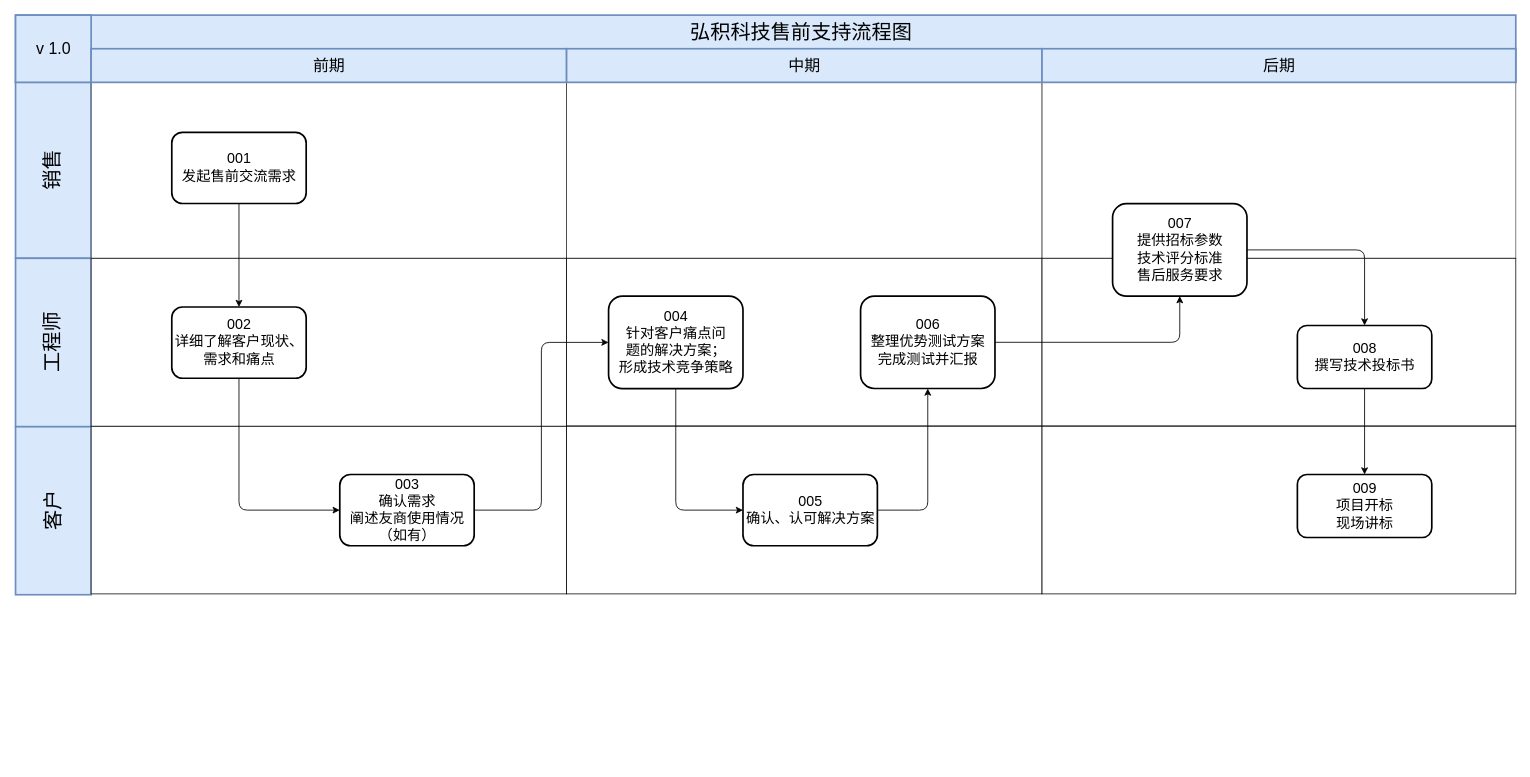
Earlier version of the draw.io diagram page "售前支持流程" (5 of 7) of Untitled Diagram.drawio (ahhfltj/cloud). Source tidied: cells renumbered, new cells numbered last; positions are measured from the earlier drawing's top-left corner, leaving out a move shared by most shapes. Both pictures are drawn from the tidied source at 84%, with x=0, y=0 at pixel (15, 14).
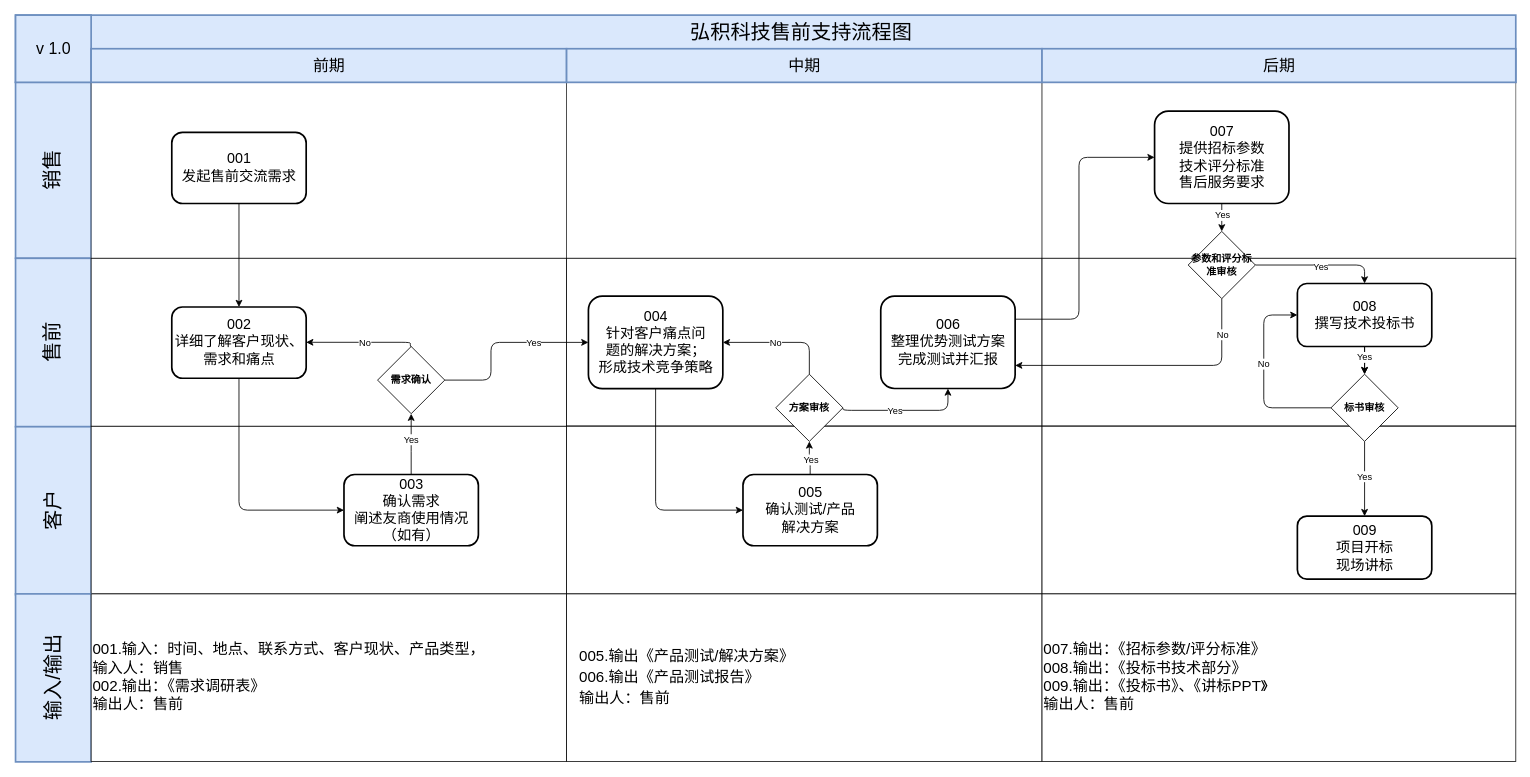
After the change.

Unchanged cells that the change refers to:
```xml
<mxCell id="22" value="002&lt;br&gt;详细了解客户现状、&lt;br&gt;需求和痛点" style="rounded=1;strokeWidth=2;fontFamily=Helvetica;html=1;fontSize=17;" parent="1" vertex="1">
  <mxGeometry x="186" y="348" width="160" height="84.8" as="geometry" />
</mxCell>
```

The edit, as a diff of the source:
```diff
@@
-    <mxCell id="5" value="工程师" style="fontSize=24;strokeWidth=2;horizontal=0;fontFamily=Helvetica;html=1;fontStyle=0;fillColor=#dae8fc;strokeColor=#6c8ebf;" parent="1" vertex="1">
+    <mxCell id="5" value="售前" style="fontSize=24;strokeWidth=2;horizontal=0;fontFamily=Helvetica;html=1;fontStyle=0;fillColor=#dae8fc;strokeColor=#6c8ebf;" parent="1" vertex="1">
       <mxGeometry y="290" width="90" height="200.5" as="geometry" />
     </mxCell>
@@
     <mxCell id="23" value="003&lt;br style=&quot;font-size: 17px&quot;&gt;确认需求&lt;br&gt;阐述友商使用情况&lt;br&gt;（如有）" style="rounded=1;strokeWidth=2;fontFamily=Helvetica;html=1;fontSize=17;" parent="1" vertex="1">
-      <mxGeometry x="386" y="547.4" width="160" height="84.8" as="geometry" />
+      <mxGeometry x="391" y="547.4" width="160" height="84.8" as="geometry" />
     </mxCell>
@@
-    <mxCell id="25" style="edgeStyle=orthogonalEdgeStyle;curved=0;rounded=1;sketch=0;jettySize=auto;html=1;entryX=0;entryY=0.5;entryDx=0;entryDy=0;fontSize=17;strokeWidth=1;" parent="1" edge="1" source="26" target="30">
+    <mxCell id="25" style="edgeStyle=orthogonalEdgeStyle;curved=0;rounded=1;sketch=0;jettySize=auto;html=1;entryX=0;entryY=0.5;entryDx=0;entryDy=0;fontSize=17;strokeWidth=1;exitX=0.5;exitY=1;exitDx=0;exitDy=0;" parent="1" edge="1" source="26" target="30">
       <mxGeometry relative="1" as="geometry" />
     </mxCell>
     <mxCell id="26" value="004&lt;br style=&quot;font-size: 17px&quot;&gt;针对客户痛点问&lt;br&gt;题的解决方案；&lt;br&gt;形成技术竞争策略" style="rounded=1;strokeWidth=2;fontFamily=Helvetica;html=1;fontSize=17;" parent="1" vertex="1">
-      <mxGeometry x="706" y="335" width="160" height="110.2" as="geometry" />
+      <mxGeometry x="682" y="335" width="160" height="110.2" as="geometry" />
     </mxCell>
-    <mxCell id="27" style="edgeStyle=elbowEdgeStyle;elbow=horizontal;strokeWidth=1;fontFamily=Helvetica;html=1;exitX=1;exitY=0.5;exitDx=0;exitDy=0;entryX=0;entryY=0.5;entryDx=0;entryDy=0;" parent="1" edge="1" source="23" target="26">
+    <mxCell id="27" style="edgeStyle=elbowEdgeStyle;elbow=horizontal;strokeWidth=1;fontFamily=Helvetica;html=1;exitX=0.5;exitY=0;exitDx=0;exitDy=0;entryX=0.5;entryY=1;entryDx=0;entryDy=0;" parent="1" edge="1" source="23" target="62">
       <mxGeometry x="-102.5" y="1060.5" as="geometry">
         <Array as="points">
-          <mxPoint x="626" y="500" />
+          <mxPoint x="471" y="510" />
         </Array>
       </mxGeometry>
     </mxCell>
+    <mxCell id="37" value="Yes" style="edgeLabel;html=1;align=center;verticalAlign=middle;" parent="27" vertex="1">
+      <mxGeometry relative="1" as="geometry">
+        <mxPoint x="-1" y="-6" as="offset" />
+      </mxGeometry>
+    </mxCell>
     <mxCell id="28" value="006&lt;br style=&quot;font-size: 17px&quot;&gt;整理优势测试方案&lt;br&gt;完成测试并汇报" style="rounded=1;strokeWidth=2;fontFamily=Helvetica;html=1;fontSize=17;" parent="1" vertex="1">
-      <mxGeometry x="1006" y="335" width="160" height="110" as="geometry" />
+      <mxGeometry x="1030" y="335" width="160" height="110" as="geometry" />
     </mxCell>
-    <mxCell id="29" style="edgeStyle=orthogonalEdgeStyle;curved=0;rounded=1;sketch=0;jettySize=auto;html=1;fontSize=17;strokeWidth=1;" parent="1" edge="1" source="30" target="28">
+    <mxCell id="29" style="edgeStyle=orthogonalEdgeStyle;curved=0;rounded=1;sketch=0;jettySize=auto;html=1;fontSize=17;strokeWidth=1;exitX=1;exitY=0.5;exitDx=0;exitDy=0;" parent="1" edge="1" source="47" target="28">
       <mxGeometry relative="1" as="geometry">
         <Array as="points">
-          <mxPoint x="1086" y="590" />
+          <mxPoint x="985" y="471" />
+          <mxPoint x="1110" y="471" />
         </Array>
       </mxGeometry>
     </mxCell>
+    <mxCell id="38" value="Yes" style="edgeLabel;html=1;align=center;verticalAlign=middle;" parent="29" vertex="1">
+      <mxGeometry x="-0.4" y="1" relative="1" as="geometry">
+        <mxPoint x="18" y="1" as="offset" />
+      </mxGeometry>
+    </mxCell>
-    <mxCell id="30" value="005&lt;br style=&quot;font-size: 17px&quot;&gt;确认、认可解决方案" style="rounded=1;strokeWidth=2;fontFamily=Helvetica;html=1;fontSize=17;" parent="1" vertex="1">
+    <mxCell id="30" value="005&lt;br style=&quot;font-size: 17px&quot;&gt;确认测试/产品&lt;br&gt;解决方案" style="rounded=1;strokeWidth=2;fontFamily=Helvetica;html=1;fontSize=17;" parent="1" vertex="1">
       <mxGeometry x="866" y="547.4" width="160" height="84.8" as="geometry" />
     </mxCell>
+    <mxCell id="39" style="edgeStyle=orthogonalEdgeStyle;rounded=0;jettySize=auto;html=1;endArrow=classic;endFill=1;strokeColor=default;" parent="1" edge="1" source="31" target="52">
+      <mxGeometry relative="1" as="geometry" />
+    </mxCell>
+    <mxCell id="40" value="Yes" style="edgeLabel;html=1;align=center;verticalAlign=middle;" parent="39" vertex="1">
+      <mxGeometry x="0.15" relative="1" as="geometry" />
+    </mxCell>
     <mxCell id="31" value="007&lt;br style=&quot;font-size: 17px&quot;&gt;提供招标参数&lt;br&gt;技术评分标准&lt;br&gt;售后服务要求" style="rounded=1;strokeWidth=2;fontFamily=Helvetica;html=1;fontSize=17;" parent="1" vertex="1">
-      <mxGeometry x="1306" y="225" width="160" height="110" as="geometry" />
+      <mxGeometry x="1356" y="114.8" width="160" height="110" as="geometry" />
     </mxCell>
-    <mxCell id="32" style="edgeStyle=orthogonalEdgeStyle;curved=0;rounded=1;sketch=0;jettySize=auto;html=1;fontSize=17;strokeWidth=1;exitX=1;exitY=0.5;exitDx=0;exitDy=0;entryX=0.5;entryY=1;entryDx=0;entryDy=0;" parent="1" edge="1" source="28" target="31">
+    <mxCell id="32" style="edgeStyle=orthogonalEdgeStyle;curved=0;rounded=1;sketch=0;jettySize=auto;html=1;fontSize=17;strokeWidth=1;exitX=1;exitY=0.25;exitDx=0;exitDy=0;entryX=0;entryY=0.5;entryDx=0;entryDy=0;" parent="1" edge="1" source="28" target="31">
       <mxGeometry relative="1" as="geometry">
         <Array as="points">
-          <mxPoint x="1386" y="390" />
+          <mxPoint x="1266" y="363" />
+          <mxPoint x="1266" y="170" />
         </Array>
       </mxGeometry>
     </mxCell>
-    <mxCell id="33" style="edgeStyle=orthogonalEdgeStyle;rounded=0;jettySize=auto;html=1;" parent="1" edge="1" source="34" target="36">
-      <mxGeometry relative="1" as="geometry" />
-    </mxCell>
+    <mxCell id="41" style="edgeStyle=orthogonalEdgeStyle;rounded=0;jettySize=auto;html=1;endArrow=classic;endFill=1;strokeColor=default;" parent="1" edge="1" source="34" target="57">
+      <mxGeometry relative="1" as="geometry" />
+    </mxCell>
     <mxCell id="34" value="008&lt;br style=&quot;font-size: 17px&quot;&gt;撰写技术投标书" style="rounded=1;strokeWidth=2;fontFamily=Helvetica;html=1;fontSize=17;" parent="1" vertex="1">
-      <mxGeometry x="1526" y="370" width="160" height="75" as="geometry" />
+      <mxGeometry x="1526" y="320" width="160" height="75" as="geometry" />
     </mxCell>
-    <mxCell id="35" style="edgeStyle=orthogonalEdgeStyle;curved=0;rounded=1;sketch=0;jettySize=auto;html=1;fontSize=17;strokeWidth=1;exitX=1;exitY=0.5;exitDx=0;exitDy=0;entryX=0.5;entryY=0;entryDx=0;entryDy=0;" parent="1" edge="1" source="31" target="34">
+    <mxCell id="35" style="edgeStyle=orthogonalEdgeStyle;curved=0;rounded=1;sketch=0;jettySize=auto;html=1;fontSize=17;strokeWidth=1;exitX=1;exitY=0.5;exitDx=0;exitDy=0;entryX=0.5;entryY=0;entryDx=0;entryDy=0;" parent="1" edge="1" source="52" target="34">
       <mxGeometry relative="1" as="geometry">
         <Array as="points">
-          <mxPoint x="1606" y="280" />
+          <mxPoint x="1606" y="298" />
         </Array>
       </mxGeometry>
     </mxCell>
+    <mxCell id="42" value="Yes" style="edgeLabel;html=1;align=center;verticalAlign=middle;" parent="35" vertex="1">
+      <mxGeometry x="0.01" y="-1" relative="1" as="geometry" />
+    </mxCell>
     <mxCell id="36" value="009&lt;br style=&quot;font-size: 17px&quot;&gt;项目开标&lt;br&gt;现场讲标" style="rounded=1;strokeWidth=2;fontFamily=Helvetica;html=1;fontSize=17;" parent="1" vertex="1">
-      <mxGeometry x="1526" y="547.4" width="160" height="75" as="geometry" />
+      <mxGeometry x="1526" y="597" width="160" height="75" as="geometry" />
     </mxCell>
+    <mxCell id="43" value="输入/输出" style="fontSize=24;strokeWidth=2;horizontal=0;fontFamily=Helvetica;html=1;fontStyle=0;fillColor=#dae8fc;strokeColor=#6c8ebf;" parent="1" vertex="1">
+      <mxGeometry y="689.5" width="90" height="200" as="geometry" />
+    </mxCell>
+    <mxCell id="44" value="001.输入：时间、地点、联系方式、客户现状、产品类型，&lt;br&gt;输入人：销售&lt;br&gt;002.输出：《需求调研表》&lt;br&gt;输出人：售前" style="fontSize=18;strokeWidth=1;fontFamily=Helvetica;html=1;opacity=90;align=left;" parent="1" vertex="1">
+      <mxGeometry x="90" y="689.5" width="566" height="199.5" as="geometry" />
+    </mxCell>
+    <mxCell id="45" value="&lt;p class=&quot;MsoNormal&quot; style=&quot;margin: 0pt 0pt 0.0001pt ; text-indent: 10pt ; line-height: 24px ; font-family: &amp;#34;cambria&amp;#34; ; font-size: medium&quot;&gt;&lt;span style=&quot;font-family: &amp;#34;helvetica&amp;#34; ; font-size: 18px ; text-indent: 0px&quot;&gt;005.输出《产品测试/解决方案》&lt;/span&gt;&lt;/p&gt;&lt;p class=&quot;MsoNormal&quot; style=&quot;margin: 0pt 0pt 0.0001pt ; text-indent: 10pt ; line-height: 24px ; font-family: &amp;#34;cambria&amp;#34; ; font-size: medium&quot;&gt;&lt;span style=&quot;font-family: &amp;#34;helvetica&amp;#34; ; font-size: 18px ; text-indent: 0px&quot;&gt;006.输出《产品测试报告》&lt;/span&gt;&lt;/p&gt;&lt;p class=&quot;MsoNormal&quot; style=&quot;margin: 0pt 0pt 0.0001pt ; text-indent: 10pt ; line-height: 24px ; font-family: &amp;#34;cambria&amp;#34; ; font-size: medium&quot;&gt;&lt;span style=&quot;font-family: &amp;#34;helvetica&amp;#34; ; text-indent: 0px ; font-size: 18px&quot;&gt;输出人：售前&lt;/span&gt;&lt;/p&gt;" style="fontSize=18;strokeWidth=1;fontFamily=Helvetica;html=1;opacity=90;align=left;" parent="1" vertex="1">
+      <mxGeometry x="656" y="689.5" width="566" height="199.5" as="geometry" />
+    </mxCell>
+    <mxCell id="46" value="&lt;span style=&quot;font-family: &amp;#34;helvetica&amp;#34;&quot;&gt;007.输出：《招标参数/评分标准》&lt;br&gt;008.输出：《投标书技术部分》&lt;br&gt;009.输出：《投标书》、《讲标PPT》&lt;br&gt;输出人：售前&lt;br&gt;&lt;/span&gt;" style="fontSize=18;strokeWidth=1;fontFamily=Helvetica;html=1;opacity=90;align=left;" parent="1" vertex="1">
+      <mxGeometry x="1222" y="689.5" width="564" height="199.5" as="geometry" />
+    </mxCell>
+    <mxCell id="47" value="方案审核" style="rhombus;whiteSpace=wrap;html=1;align=center;fontStyle=1;" parent="1" vertex="1">
+      <mxGeometry x="905" y="428" width="80" height="80" as="geometry" />
+    </mxCell>
+    <mxCell id="48" style="edgeStyle=orthogonalEdgeStyle;curved=0;rounded=1;sketch=0;jettySize=auto;html=1;fontSize=17;strokeWidth=1;exitX=0.5;exitY=0;exitDx=0;exitDy=0;entryX=0.5;entryY=1;entryDx=0;entryDy=0;" parent="1" edge="1" source="30" target="47">
+      <mxGeometry relative="1" as="geometry">
+        <Array as="points">
+          <mxPoint x="946" y="530" />
+        </Array>
+      </mxGeometry>
+    </mxCell>
+    <mxCell id="49" value="Yes" style="edgeLabel;html=1;align=center;verticalAlign=middle;" parent="48" vertex="1">
+      <mxGeometry x="-0.24" y="-1" relative="1" as="geometry">
+        <mxPoint x="-1" y="-3" as="offset" />
+      </mxGeometry>
+    </mxCell>
+    <mxCell id="50" style="edgeStyle=orthogonalEdgeStyle;curved=0;rounded=1;sketch=0;jettySize=auto;html=1;fontSize=17;strokeWidth=1;exitX=0.5;exitY=0;exitDx=0;exitDy=0;entryX=1;entryY=0.5;entryDx=0;entryDy=0;" parent="1" edge="1" source="47" target="26">
+      <mxGeometry relative="1" as="geometry">
+        <Array as="points">
+          <mxPoint x="945" y="390" />
+        </Array>
+      </mxGeometry>
+    </mxCell>
+    <mxCell id="51" value="No" style="edgeLabel;html=1;align=center;verticalAlign=middle;" parent="50" vertex="1">
+      <mxGeometry x="-0.16" y="2" relative="1" as="geometry">
+        <mxPoint x="-19" y="-2" as="offset" />
+      </mxGeometry>
+    </mxCell>
+    <mxCell id="52" value="参数和评分标准审核" style="rhombus;whiteSpace=wrap;html=1;align=center;fontStyle=1;" parent="1" vertex="1">
+      <mxGeometry x="1396" y="258" width="80" height="80" as="geometry" />
+    </mxCell>
+    <mxCell id="53" style="edgeStyle=orthogonalEdgeStyle;curved=0;rounded=1;sketch=0;jettySize=auto;html=1;fontSize=17;strokeWidth=1;exitX=0.5;exitY=1;exitDx=0;exitDy=0;entryX=1;entryY=0.75;entryDx=0;entryDy=0;" parent="1" edge="1" source="52" target="28">
+      <mxGeometry relative="1" as="geometry">
+        <Array as="points">
+          <mxPoint x="1436" y="418" />
+        </Array>
+      </mxGeometry>
+    </mxCell>
+    <mxCell id="54" value="No" style="edgeLabel;html=1;align=center;verticalAlign=middle;" parent="53" vertex="1">
+      <mxGeometry x="-0.61" y="-1" relative="1" as="geometry">
+        <mxPoint x="1" y="-21" as="offset" />
+      </mxGeometry>
+    </mxCell>
+    <mxCell id="55" style="edgeStyle=orthogonalEdgeStyle;rounded=0;jettySize=auto;html=1;endArrow=classic;endFill=1;strokeColor=default;" parent="1" edge="1" source="57" target="36">
+      <mxGeometry relative="1" as="geometry" />
+    </mxCell>
+    <mxCell id="56" value="Yes" style="edgeLabel;html=1;align=center;verticalAlign=middle;" parent="55" vertex="1">
+      <mxGeometry x="0.12" y="-1" relative="1" as="geometry">
+        <mxPoint y="-9" as="offset" />
+      </mxGeometry>
+    </mxCell>
+    <mxCell id="57" value="标书审核" style="rhombus;whiteSpace=wrap;html=1;align=center;fontStyle=1;" parent="1" vertex="1">
+      <mxGeometry x="1566" y="428" width="80" height="80" as="geometry" />
+    </mxCell>
+    <mxCell id="58" style="edgeStyle=orthogonalEdgeStyle;curved=0;rounded=1;sketch=0;jettySize=auto;html=1;fontSize=17;strokeWidth=1;exitX=0.5;exitY=1;exitDx=0;exitDy=0;entryX=0.5;entryY=0;entryDx=0;entryDy=0;" parent="1" edge="1" source="34" target="57">
+      <mxGeometry relative="1" as="geometry" />
+    </mxCell>
+    <mxCell id="59" value="Yes" style="edgeLabel;html=1;align=center;verticalAlign=middle;" parent="58" vertex="1">
+      <mxGeometry x="-0.61" y="-1" relative="1" as="geometry">
+        <mxPoint y="6" as="offset" />
+      </mxGeometry>
+    </mxCell>
+    <mxCell id="60" style="edgeStyle=orthogonalEdgeStyle;curved=0;rounded=1;sketch=0;jettySize=auto;html=1;fontSize=17;strokeWidth=1;exitX=0;exitY=0.5;exitDx=0;exitDy=0;entryX=0;entryY=0.5;entryDx=0;entryDy=0;" parent="1" edge="1" source="57" target="34">
+      <mxGeometry relative="1" as="geometry">
+        <Array as="points">
+          <mxPoint x="1486" y="468" />
+          <mxPoint x="1486" y="358" />
+        </Array>
+      </mxGeometry>
+    </mxCell>
+    <mxCell id="61" value="No" style="edgeLabel;html=1;align=center;verticalAlign=middle;" parent="60" vertex="1">
+      <mxGeometry x="-0.19" y="1" relative="1" as="geometry">
+        <mxPoint y="-40" as="offset" />
+      </mxGeometry>
+    </mxCell>
+    <mxCell id="62" value="需求确认" style="rhombus;whiteSpace=wrap;html=1;align=center;fontStyle=1;" parent="1" vertex="1">
+      <mxGeometry x="431" y="395" width="80" height="80" as="geometry" />
+    </mxCell>
+    <mxCell id="63" style="edgeStyle=elbowEdgeStyle;elbow=horizontal;strokeWidth=1;fontFamily=Helvetica;html=1;exitX=1;exitY=0.5;exitDx=0;exitDy=0;entryX=0;entryY=0.5;entryDx=0;entryDy=0;" parent="1" edge="1" source="62" target="26">
+      <mxGeometry x="-7.5" y="939.3" as="geometry">
+        <Array as="points">
+          <mxPoint x="566" y="388.8" />
+        </Array>
+      </mxGeometry>
+    </mxCell>
+    <mxCell id="64" value="Yes" style="edgeLabel;html=1;align=center;verticalAlign=middle;" parent="63" vertex="1">
+      <mxGeometry relative="1" as="geometry">
+        <mxPoint x="42" as="offset" />
+      </mxGeometry>
+    </mxCell>
+    <mxCell id="65" style="edgeStyle=orthogonalEdgeStyle;curved=0;rounded=1;sketch=0;jettySize=auto;html=1;fontSize=17;strokeWidth=1;exitX=0.5;exitY=0;exitDx=0;exitDy=0;" parent="1" edge="1" source="62" target="22">
+      <mxGeometry relative="1" as="geometry">
+        <Array as="points">
+          <mxPoint x="470" y="395" />
+          <mxPoint x="470" y="390" />
+        </Array>
+      </mxGeometry>
+    </mxCell>
+    <mxCell id="66" value="No" style="edgeLabel;html=1;align=center;verticalAlign=middle;" parent="65" vertex="1">
+      <mxGeometry x="-0.16" y="2" relative="1" as="geometry">
+        <mxPoint x="-6" y="-2" as="offset" />
+      </mxGeometry>
+    </mxCell>
```
